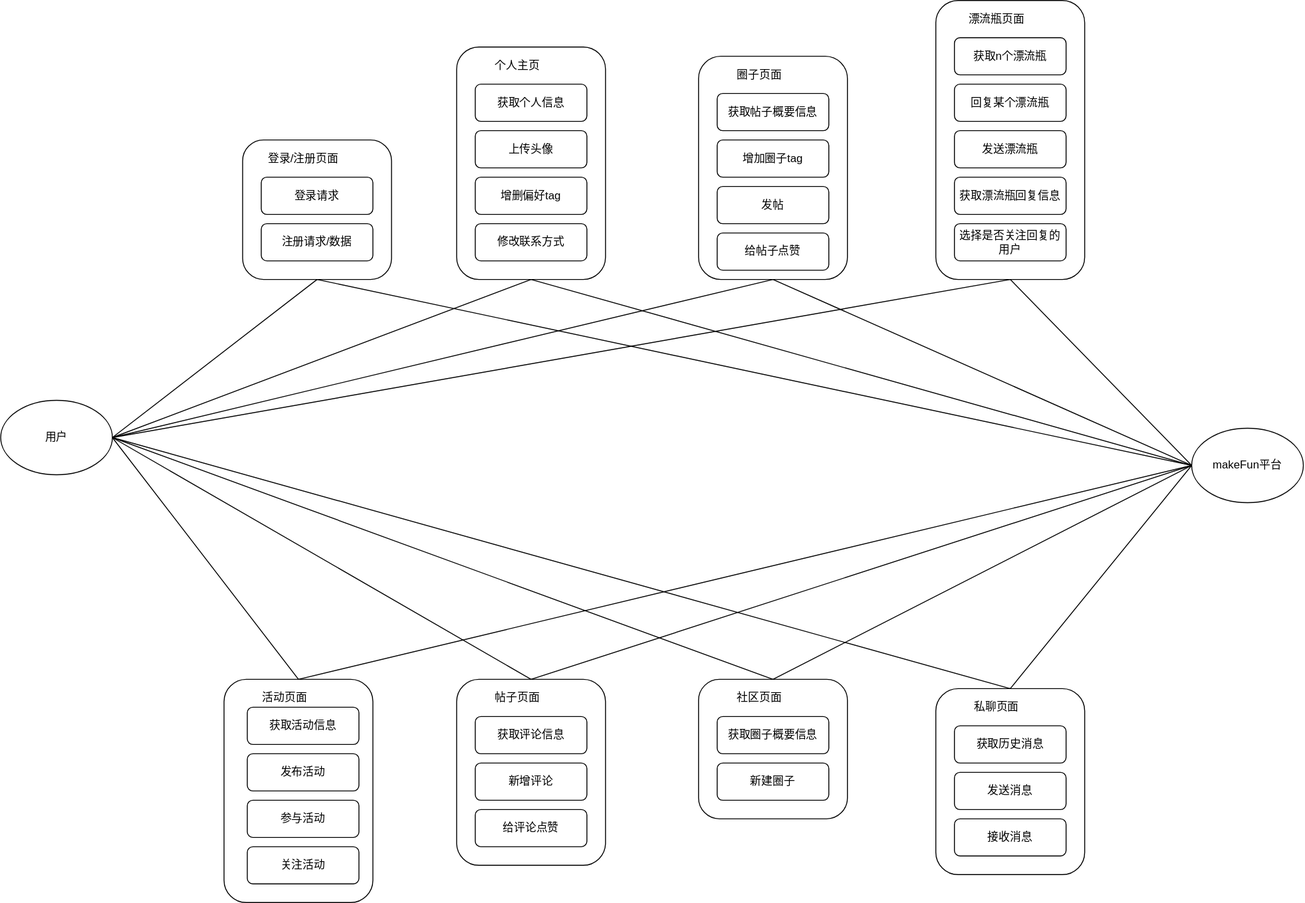
The draw.io diagram doc/pictures/顶层数据流图.drawio.svg in Guo-HY/BUAA_DB, before a commit. Source tidied: cells renumbered, new cells last; positions are measured from the earlier drawing's top-left corner, leaving out a move shared by most shapes. The source it was exported from:
```xml
<mxGraphModel>
  <root>
    <mxCell id="0" />
    <mxCell id="1" parent="0" />
    <mxCell id="2" style="edgeStyle=none;rounded=0;jettySize=auto;html=1;exitX=1;exitY=0.5;exitDx=0;exitDy=0;entryX=0.5;entryY=0;entryDx=0;entryDy=0;endArrow=none;endFill=0;" parent="1" edge="1" source="6" target="57">
      <mxGeometry relative="1" as="geometry" />
    </mxCell>
    <mxCell id="3" style="edgeStyle=none;rounded=0;jettySize=auto;html=1;exitX=1;exitY=0.5;exitDx=0;exitDy=0;entryX=0.5;entryY=0;entryDx=0;entryDy=0;endArrow=none;endFill=0;" parent="1" edge="1" source="6" target="36">
      <mxGeometry relative="1" as="geometry" />
    </mxCell>
    <mxCell id="4" style="edgeStyle=none;rounded=0;jettySize=auto;html=1;exitX=1;exitY=0.5;exitDx=0;exitDy=0;entryX=0.5;entryY=0;entryDx=0;entryDy=0;endArrow=none;endFill=0;" parent="1" edge="1" source="6" target="24">
      <mxGeometry relative="1" as="geometry" />
    </mxCell>
    <mxCell id="5" style="edgeStyle=none;rounded=0;jettySize=auto;html=1;exitX=1;exitY=0.5;exitDx=0;exitDy=0;entryX=0.5;entryY=0;entryDx=0;entryDy=0;endArrow=none;endFill=0;" parent="1" edge="1" source="6" target="52">
      <mxGeometry relative="1" as="geometry" />
    </mxCell>
    <mxCell id="6" value="用户" style="ellipse;whiteSpace=wrap;html=1;" parent="1" vertex="1">
      <mxGeometry y="430" width="120" height="80" as="geometry" />
    </mxCell>
    <mxCell id="7" style="edgeStyle=none;rounded=0;jettySize=auto;html=1;exitX=0;exitY=0.5;exitDx=0;exitDy=0;entryX=0.5;entryY=0;entryDx=0;entryDy=0;endArrow=none;endFill=0;" parent="1" edge="1" source="8" target="57">
      <mxGeometry relative="1" as="geometry" />
    </mxCell>
    <mxCell id="8" value="makeFun平台" style="ellipse;whiteSpace=wrap;html=1;" parent="1" vertex="1">
      <mxGeometry x="1280" y="460" width="120" height="80" as="geometry" />
    </mxCell>
    <mxCell id="9" style="edgeStyle=none;rounded=0;jettySize=auto;html=1;exitX=0.5;exitY=1;exitDx=0;exitDy=0;endArrow=none;endFill=0;" parent="1" edge="1" source="11">
      <mxGeometry relative="1" as="geometry">
        <mxPoint x="120" y="470" as="targetPoint" />
      </mxGeometry>
    </mxCell>
    <mxCell id="10" style="edgeStyle=none;rounded=0;jettySize=auto;html=1;exitX=0.5;exitY=1;exitDx=0;exitDy=0;entryX=0;entryY=0.5;entryDx=0;entryDy=0;endArrow=none;endFill=0;" parent="1" edge="1" source="11" target="8">
      <mxGeometry relative="1" as="geometry" />
    </mxCell>
    <mxCell id="11" style="rounded=1;whiteSpace=wrap;html=1;" parent="1" vertex="1">
      <mxGeometry x="260" y="150" width="160" height="150" as="geometry" />
    </mxCell>
    <mxCell id="12" value="登录请求" style="rounded=1;whiteSpace=wrap;html=1;" parent="1" vertex="1">
      <mxGeometry x="280" y="190" width="120" height="40" as="geometry" />
    </mxCell>
    <mxCell id="13" value="注册请求/数据" style="rounded=1;whiteSpace=wrap;html=1;" parent="1" vertex="1">
      <mxGeometry x="280" y="240" width="120" height="40" as="geometry" />
    </mxCell>
    <mxCell id="14" value="登录/注册页面" style="text;html=1;align=center;verticalAlign=middle;strokeColor=none;fillColor=none;" parent="1" vertex="1">
      <mxGeometry x="280" y="160" width="90" height="20" as="geometry" />
    </mxCell>
    <mxCell id="15" style="edgeStyle=none;rounded=0;jettySize=auto;html=1;exitX=0.5;exitY=1;exitDx=0;exitDy=0;entryX=1;entryY=0.5;entryDx=0;entryDy=0;endArrow=none;endFill=0;" parent="1" edge="1" source="17" target="6">
      <mxGeometry relative="1" as="geometry" />
    </mxCell>
    <mxCell id="16" style="edgeStyle=none;rounded=0;jettySize=auto;html=1;exitX=0.5;exitY=1;exitDx=0;exitDy=0;entryX=0;entryY=0.5;entryDx=0;entryDy=0;endArrow=none;endFill=0;" parent="1" edge="1" source="17" target="8">
      <mxGeometry relative="1" as="geometry" />
    </mxCell>
    <mxCell id="17" style="rounded=1;whiteSpace=wrap;html=1;" parent="1" vertex="1">
      <mxGeometry x="490" y="50" width="160" height="250" as="geometry" />
    </mxCell>
    <mxCell id="18" value="获取个人信息" style="rounded=1;whiteSpace=wrap;html=1;" parent="1" vertex="1">
      <mxGeometry x="510" y="90" width="120" height="40" as="geometry" />
    </mxCell>
    <mxCell id="19" value="上传头像" style="rounded=1;whiteSpace=wrap;html=1;" parent="1" vertex="1">
      <mxGeometry x="510" y="140" width="120" height="40" as="geometry" />
    </mxCell>
    <mxCell id="20" value="个人主页" style="text;html=1;align=center;verticalAlign=middle;strokeColor=none;fillColor=none;" parent="1" vertex="1">
      <mxGeometry x="525" y="60" width="60" height="20" as="geometry" />
    </mxCell>
    <mxCell id="21" value="增删偏好tag" style="rounded=1;whiteSpace=wrap;html=1;" parent="1" vertex="1">
      <mxGeometry x="510" y="190" width="120" height="40" as="geometry" />
    </mxCell>
    <mxCell id="22" value="修改联系方式" style="rounded=1;whiteSpace=wrap;html=1;" parent="1" vertex="1">
      <mxGeometry x="510" y="240" width="120" height="40" as="geometry" />
    </mxCell>
    <mxCell id="23" style="edgeStyle=none;rounded=0;jettySize=auto;html=1;exitX=0.5;exitY=0;exitDx=0;exitDy=0;entryX=0;entryY=0.5;entryDx=0;entryDy=0;endArrow=none;endFill=0;" parent="1" edge="1" source="24" target="8">
      <mxGeometry relative="1" as="geometry" />
    </mxCell>
    <mxCell id="24" style="rounded=1;whiteSpace=wrap;html=1;" parent="1" vertex="1">
      <mxGeometry x="750" y="730" width="160" height="150" as="geometry" />
    </mxCell>
    <mxCell id="25" value="获取圈子概要信息" style="rounded=1;whiteSpace=wrap;html=1;" parent="1" vertex="1">
      <mxGeometry x="770" y="770" width="120" height="40" as="geometry" />
    </mxCell>
    <mxCell id="26" value="社区页面" style="text;html=1;align=center;verticalAlign=middle;strokeColor=none;fillColor=none;" parent="1" vertex="1">
      <mxGeometry x="785" y="740" width="60" height="20" as="geometry" />
    </mxCell>
    <mxCell id="27" style="edgeStyle=none;rounded=0;jettySize=auto;html=1;exitX=0.5;exitY=1;exitDx=0;exitDy=0;entryX=1;entryY=0.5;entryDx=0;entryDy=0;endArrow=none;endFill=0;" parent="1" edge="1" source="29" target="6">
      <mxGeometry relative="1" as="geometry" />
    </mxCell>
    <mxCell id="28" style="edgeStyle=none;rounded=0;jettySize=auto;html=1;exitX=0.5;exitY=1;exitDx=0;exitDy=0;entryX=0;entryY=0.5;entryDx=0;entryDy=0;endArrow=none;endFill=0;" parent="1" edge="1" source="29" target="8">
      <mxGeometry relative="1" as="geometry" />
    </mxCell>
    <mxCell id="29" style="rounded=1;whiteSpace=wrap;html=1;" parent="1" vertex="1">
      <mxGeometry x="750" y="60" width="160" height="240" as="geometry" />
    </mxCell>
    <mxCell id="30" value="获取帖子概要信息" style="rounded=1;whiteSpace=wrap;html=1;" parent="1" vertex="1">
      <mxGeometry x="770" y="100" width="120" height="40" as="geometry" />
    </mxCell>
    <mxCell id="31" value="增加圈子tag" style="rounded=1;whiteSpace=wrap;html=1;" parent="1" vertex="1">
      <mxGeometry x="770" y="150" width="120" height="40" as="geometry" />
    </mxCell>
    <mxCell id="32" value="圈子页面" style="text;html=1;align=center;verticalAlign=middle;strokeColor=none;fillColor=none;" parent="1" vertex="1">
      <mxGeometry x="785" y="70" width="60" height="20" as="geometry" />
    </mxCell>
    <mxCell id="33" value="新建圈子" style="rounded=1;whiteSpace=wrap;html=1;" parent="1" vertex="1">
      <mxGeometry x="770" y="820" width="120" height="40" as="geometry" />
    </mxCell>
    <mxCell id="34" value="发帖" style="rounded=1;whiteSpace=wrap;html=1;" parent="1" vertex="1">
      <mxGeometry x="770" y="200" width="120" height="40" as="geometry" />
    </mxCell>
    <mxCell id="35" style="edgeStyle=none;rounded=0;jettySize=auto;html=1;exitX=0.5;exitY=0;exitDx=0;exitDy=0;entryX=0;entryY=0.5;entryDx=0;entryDy=0;endArrow=none;endFill=0;" parent="1" edge="1" source="36" target="8">
      <mxGeometry relative="1" as="geometry" />
    </mxCell>
    <mxCell id="36" style="rounded=1;whiteSpace=wrap;html=1;" parent="1" vertex="1">
      <mxGeometry x="490" y="730" width="160" height="200" as="geometry" />
    </mxCell>
    <mxCell id="37" value="获取评论信息" style="rounded=1;whiteSpace=wrap;html=1;" parent="1" vertex="1">
      <mxGeometry x="510" y="770" width="120" height="40" as="geometry" />
    </mxCell>
    <mxCell id="38" value="新增评论" style="rounded=1;whiteSpace=wrap;html=1;" parent="1" vertex="1">
      <mxGeometry x="510" y="820" width="120" height="40" as="geometry" />
    </mxCell>
    <mxCell id="39" value="帖子页面" style="text;html=1;align=center;verticalAlign=middle;strokeColor=none;fillColor=none;" parent="1" vertex="1">
      <mxGeometry x="525" y="740" width="60" height="20" as="geometry" />
    </mxCell>
    <mxCell id="40" value="给评论点赞" style="rounded=1;whiteSpace=wrap;html=1;" parent="1" vertex="1">
      <mxGeometry x="510" y="870" width="120" height="40" as="geometry" />
    </mxCell>
    <mxCell id="41" value="给帖子点赞" style="rounded=1;whiteSpace=wrap;html=1;" parent="1" vertex="1">
      <mxGeometry x="770" y="250" width="120" height="40" as="geometry" />
    </mxCell>
    <mxCell id="42" style="edgeStyle=none;rounded=0;jettySize=auto;html=1;exitX=0.5;exitY=1;exitDx=0;exitDy=0;entryX=1;entryY=0.5;entryDx=0;entryDy=0;endArrow=none;endFill=0;" parent="1" edge="1" source="44" target="6">
      <mxGeometry relative="1" as="geometry" />
    </mxCell>
    <mxCell id="43" style="edgeStyle=none;rounded=0;jettySize=auto;html=1;exitX=0.5;exitY=1;exitDx=0;exitDy=0;entryX=0;entryY=0.5;entryDx=0;entryDy=0;endArrow=none;endFill=0;" parent="1" edge="1" source="44" target="8">
      <mxGeometry relative="1" as="geometry" />
    </mxCell>
    <mxCell id="44" style="rounded=1;whiteSpace=wrap;html=1;" parent="1" vertex="1">
      <mxGeometry x="1005" width="160" height="300" as="geometry" />
    </mxCell>
    <mxCell id="45" value="获取n个漂流瓶" style="rounded=1;whiteSpace=wrap;html=1;" parent="1" vertex="1">
      <mxGeometry x="1025" y="40" width="120" height="40" as="geometry" />
    </mxCell>
    <mxCell id="46" value="回复某个漂流瓶" style="rounded=1;whiteSpace=wrap;html=1;" parent="1" vertex="1">
      <mxGeometry x="1025" y="90" width="120" height="40" as="geometry" />
    </mxCell>
    <mxCell id="47" value="漂流瓶页面" style="text;html=1;align=center;verticalAlign=middle;strokeColor=none;fillColor=none;" parent="1" vertex="1">
      <mxGeometry x="1030" y="10" width="80" height="20" as="geometry" />
    </mxCell>
    <mxCell id="48" value="发送漂流瓶" style="rounded=1;whiteSpace=wrap;html=1;" parent="1" vertex="1">
      <mxGeometry x="1025" y="140" width="120" height="40" as="geometry" />
    </mxCell>
    <mxCell id="49" value="获取漂流瓶回复信息" style="rounded=1;whiteSpace=wrap;html=1;" parent="1" vertex="1">
      <mxGeometry x="1025" y="190" width="120" height="40" as="geometry" />
    </mxCell>
    <mxCell id="50" value="选择是否关注回复的用户" style="rounded=1;whiteSpace=wrap;html=1;" parent="1" vertex="1">
      <mxGeometry x="1025" y="240" width="120" height="40" as="geometry" />
    </mxCell>
    <mxCell id="51" style="edgeStyle=none;rounded=0;jettySize=auto;html=1;exitX=0.5;exitY=0;exitDx=0;exitDy=0;entryX=0;entryY=0.5;entryDx=0;entryDy=0;endArrow=none;endFill=0;" parent="1" edge="1" source="52" target="8">
      <mxGeometry relative="1" as="geometry" />
    </mxCell>
    <mxCell id="52" style="rounded=1;whiteSpace=wrap;html=1;" parent="1" vertex="1">
      <mxGeometry x="1005" y="740" width="160" height="200" as="geometry" />
    </mxCell>
    <mxCell id="53" value="获取历史消息" style="rounded=1;whiteSpace=wrap;html=1;" parent="1" vertex="1">
      <mxGeometry x="1025" y="780" width="120" height="40" as="geometry" />
    </mxCell>
    <mxCell id="54" value="发送消息" style="rounded=1;whiteSpace=wrap;html=1;" parent="1" vertex="1">
      <mxGeometry x="1025" y="830" width="120" height="40" as="geometry" />
    </mxCell>
    <mxCell id="55" value="私聊页面" style="text;html=1;align=center;verticalAlign=middle;strokeColor=none;fillColor=none;" parent="1" vertex="1">
      <mxGeometry x="1040" y="750" width="60" height="20" as="geometry" />
    </mxCell>
    <mxCell id="56" value="接收消息" style="rounded=1;whiteSpace=wrap;html=1;" parent="1" vertex="1">
      <mxGeometry x="1025" y="880" width="120" height="40" as="geometry" />
    </mxCell>
    <mxCell id="57" style="rounded=1;whiteSpace=wrap;html=1;" parent="1" vertex="1">
      <mxGeometry x="240" y="730" width="160" height="240" as="geometry" />
    </mxCell>
    <mxCell id="58" value="获取活动信息" style="rounded=1;whiteSpace=wrap;html=1;" parent="1" vertex="1">
      <mxGeometry x="265" y="760" width="120" height="40" as="geometry" />
    </mxCell>
    <mxCell id="59" value="发布活动" style="rounded=1;whiteSpace=wrap;html=1;" parent="1" vertex="1">
      <mxGeometry x="265" y="810" width="120" height="40" as="geometry" />
    </mxCell>
    <mxCell id="60" value="活动页面" style="text;html=1;align=center;verticalAlign=middle;strokeColor=none;fillColor=none;" parent="1" vertex="1">
      <mxGeometry x="275" y="740" width="60" height="20" as="geometry" />
    </mxCell>
    <mxCell id="61" value="参与活动" style="rounded=1;whiteSpace=wrap;html=1;" parent="1" vertex="1">
      <mxGeometry x="265" y="860" width="120" height="40" as="geometry" />
    </mxCell>
    <mxCell id="62" value="关注活动" style="rounded=1;whiteSpace=wrap;html=1;" parent="1" vertex="1">
      <mxGeometry x="265" y="910" width="120" height="40" as="geometry" />
    </mxCell>
  </root>
</mxGraphModel>
```
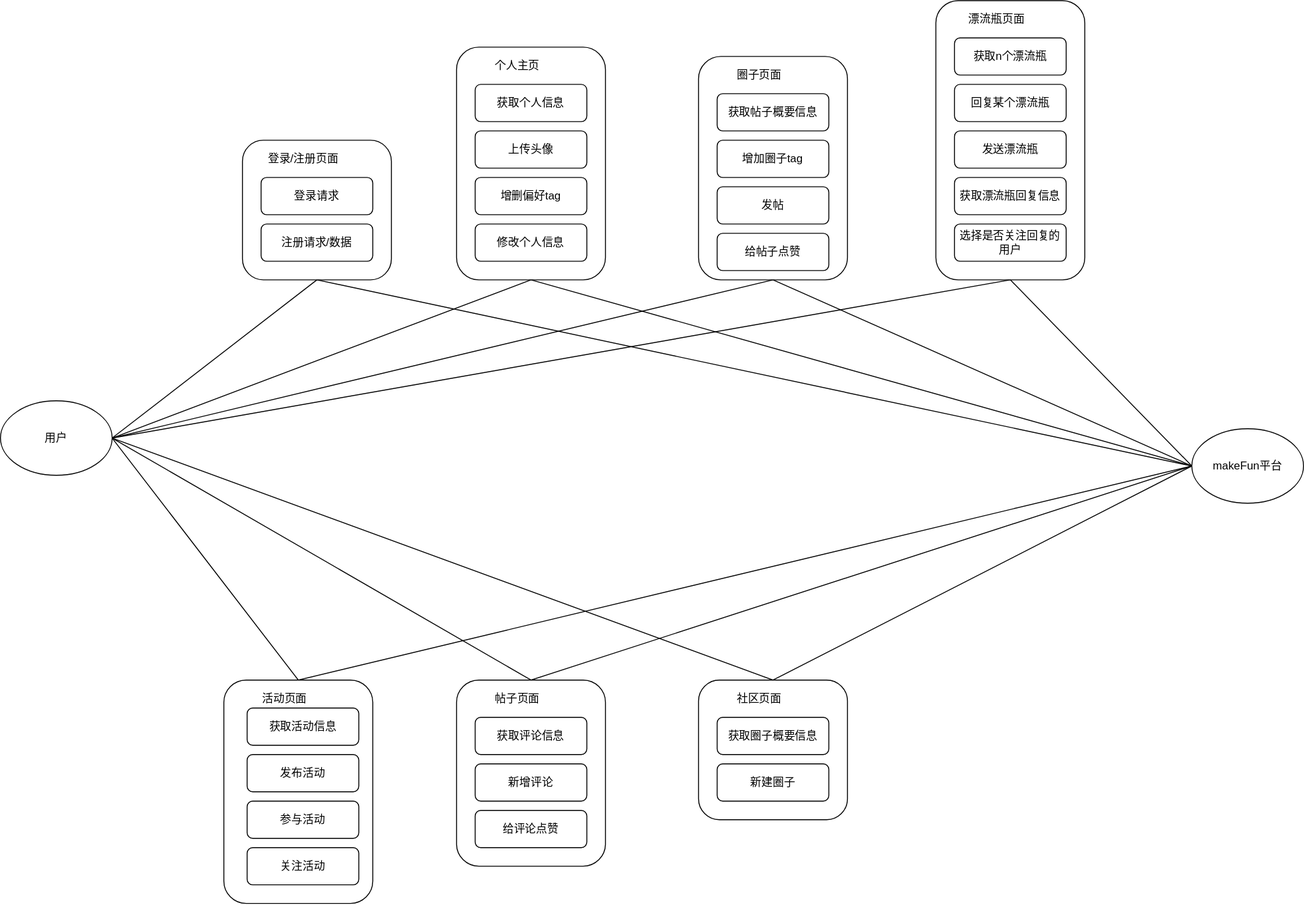
The same diagram one commit later.

Diff of the diagram source:
```diff
@@ -11,9 +11,6 @@
     <mxCell id="4" style="edgeStyle=none;rounded=0;jettySize=auto;html=1;exitX=1;exitY=0.5;exitDx=0;exitDy=0;entryX=0.5;entryY=0;entryDx=0;entryDy=0;endArrow=none;endFill=0;" parent="1" edge="1" source="6" target="24">
       <mxGeometry relative="1" as="geometry" />
     </mxCell>
-    <mxCell id="5" style="edgeStyle=none;rounded=0;jettySize=auto;html=1;exitX=1;exitY=0.5;exitDx=0;exitDy=0;entryX=0.5;entryY=0;entryDx=0;entryDy=0;endArrow=none;endFill=0;" parent="1" edge="1" source="6" target="52">
-      <mxGeometry relative="1" as="geometry" />
-    </mxCell>
     <mxCell id="6" value="用户" style="ellipse;whiteSpace=wrap;html=1;" parent="1" vertex="1">
       <mxGeometry y="430" width="120" height="80" as="geometry" />
     </mxCell>
@@ -64,7 +61,7 @@
     <mxCell id="21" value="增删偏好tag" style="rounded=1;whiteSpace=wrap;html=1;" parent="1" vertex="1">
       <mxGeometry x="510" y="190" width="120" height="40" as="geometry" />
     </mxCell>
-    <mxCell id="22" value="修改联系方式" style="rounded=1;whiteSpace=wrap;html=1;" parent="1" vertex="1">
+    <mxCell id="22" value="修改个人信息" style="rounded=1;whiteSpace=wrap;html=1;" parent="1" vertex="1">
       <mxGeometry x="510" y="240" width="120" height="40" as="geometry" />
     </mxCell>
     <mxCell id="23" style="edgeStyle=none;rounded=0;jettySize=auto;html=1;exitX=0.5;exitY=0;exitDx=0;exitDy=0;entryX=0;entryY=0.5;entryDx=0;entryDy=0;endArrow=none;endFill=0;" parent="1" edge="1" source="24" target="8">
@@ -151,24 +148,6 @@
     <mxCell id="50" value="选择是否关注回复的用户" style="rounded=1;whiteSpace=wrap;html=1;" parent="1" vertex="1">
       <mxGeometry x="1025" y="240" width="120" height="40" as="geometry" />
     </mxCell>
-    <mxCell id="51" style="edgeStyle=none;rounded=0;jettySize=auto;html=1;exitX=0.5;exitY=0;exitDx=0;exitDy=0;entryX=0;entryY=0.5;entryDx=0;entryDy=0;endArrow=none;endFill=0;" parent="1" edge="1" source="52" target="8">
-      <mxGeometry relative="1" as="geometry" />
-    </mxCell>
-    <mxCell id="52" style="rounded=1;whiteSpace=wrap;html=1;" parent="1" vertex="1">
-      <mxGeometry x="1005" y="740" width="160" height="200" as="geometry" />
-    </mxCell>
-    <mxCell id="53" value="获取历史消息" style="rounded=1;whiteSpace=wrap;html=1;" parent="1" vertex="1">
-      <mxGeometry x="1025" y="780" width="120" height="40" as="geometry" />
-    </mxCell>
-    <mxCell id="54" value="发送消息" style="rounded=1;whiteSpace=wrap;html=1;" parent="1" vertex="1">
-      <mxGeometry x="1025" y="830" width="120" height="40" as="geometry" />
-    </mxCell>
-    <mxCell id="55" value="私聊页面" style="text;html=1;align=center;verticalAlign=middle;strokeColor=none;fillColor=none;" parent="1" vertex="1">
-      <mxGeometry x="1040" y="750" width="60" height="20" as="geometry" />
-    </mxCell>
-    <mxCell id="56" value="接收消息" style="rounded=1;whiteSpace=wrap;html=1;" parent="1" vertex="1">
-      <mxGeometry x="1025" y="880" width="120" height="40" as="geometry" />
-    </mxCell>
     <mxCell id="57" style="rounded=1;whiteSpace=wrap;html=1;" parent="1" vertex="1">
       <mxGeometry x="240" y="730" width="160" height="240" as="geometry" />
     </mxCell>
```
